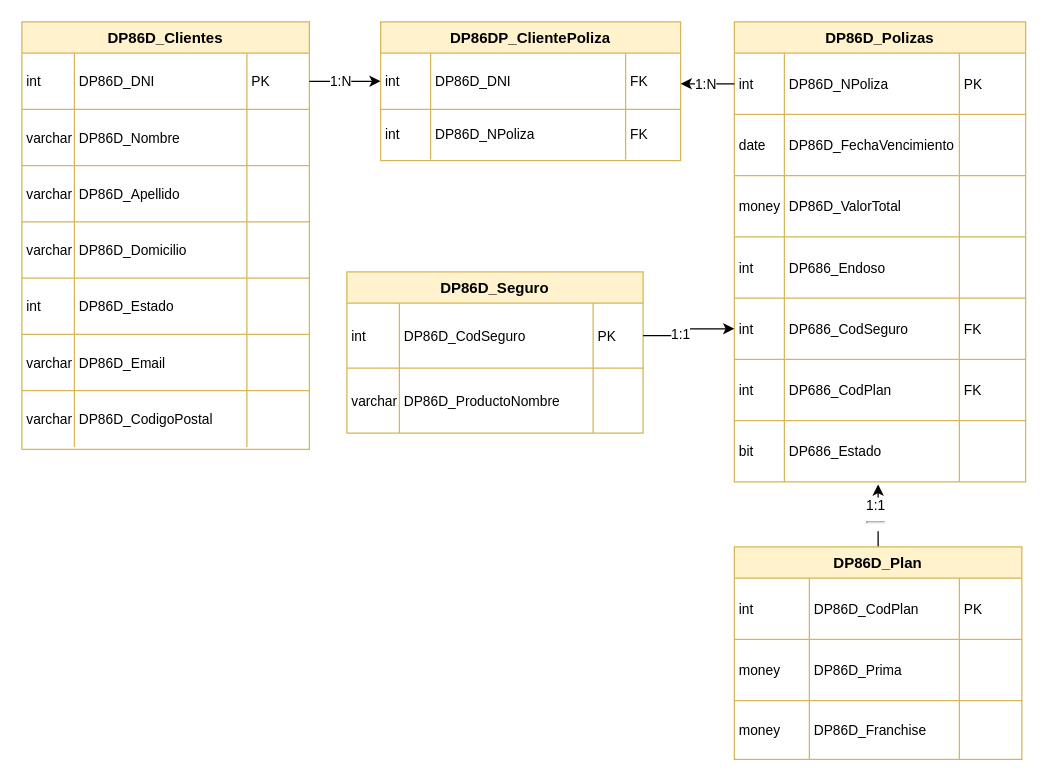
The draw.io diagram page "Generar Contratacio" (2 of 15) of Ing. SW/Ing. SW/DER/DER.drawio in Danunu04/Proyects, before the edit. Source tidied: cells renumbered, new cells numbered last; positions are measured from the earlier drawing's top-left corner, leaving out a move shared by most shapes. Both pictures are drawn from the tidied source at 125%, with x=0, y=0 at pixel (21, 21).
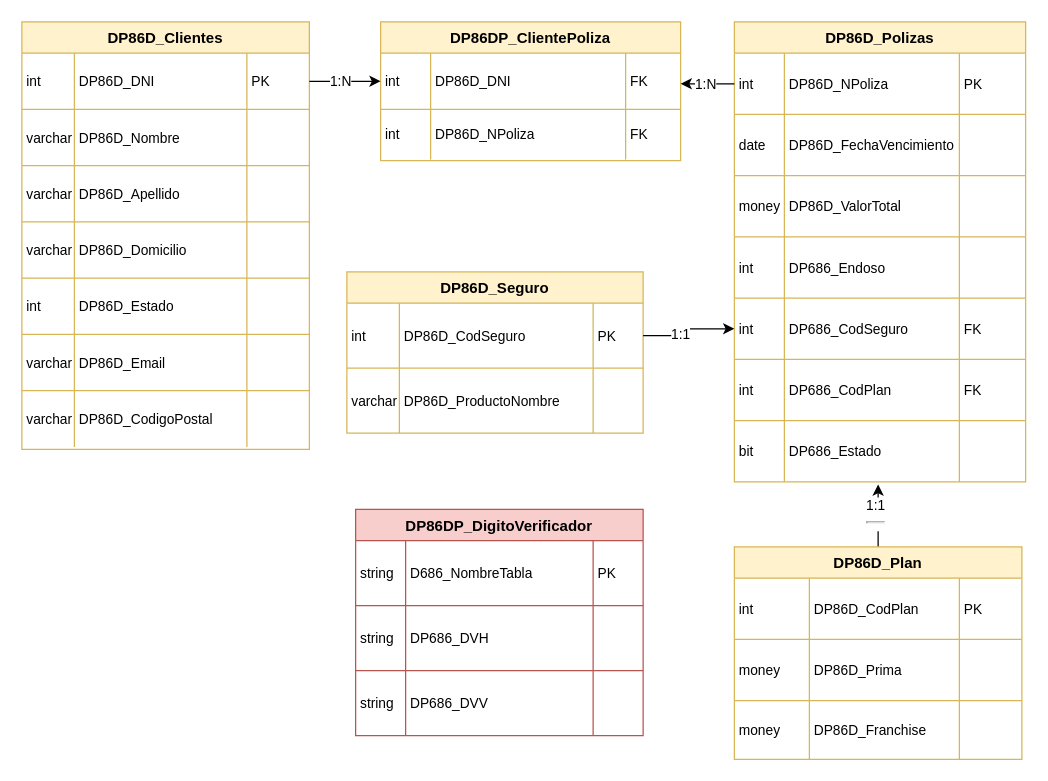
After the change.

What changed in the source:
```diff
@@
+    <mxCell id="99" value="DP86DP_DigitoVerificador" style="shape=table;startSize=25;childLayout=tableLayout;rowLines=1;fontStyle=1;align=center;fillColor=#f8cecc;strokeColor=#b85450;" parent="1" vertex="1">
+      <mxGeometry x="267" y="390" width="230" height="181" as="geometry" />
+    </mxCell>
+    <mxCell id="100" style="shape=tableRow;horizontal=0;startSize=0;swimlaneHead=0;swimlaneBody=0;fillColor=none;top=0;left=0;right=0;bottom=0;" parent="99" vertex="1">
+      <mxGeometry y="25" width="230" height="52" as="geometry" />
+    </mxCell>
+    <mxCell id="101" value="string" style="shape=partialRectangle;fillColor=none;top=0;left=0;bottom=0;right=0;align=left;spacingLeft=2;overflow=hidden;fontSize=11;" parent="100" vertex="1">
+      <mxGeometry width="40" height="52" as="geometry" />
+    </mxCell>
+    <mxCell id="102" value="D686_NombreTabla" style="shape=partialRectangle;fillColor=none;top=0;left=0;bottom=0;right=0;align=left;spacingLeft=2;overflow=hidden;fontSize=11;" parent="100" vertex="1">
+      <mxGeometry x="40" width="150" height="52" as="geometry" />
+    </mxCell>
+    <mxCell id="103" value="PK" style="shape=partialRectangle;fillColor=none;top=0;left=0;bottom=0;right=0;align=left;spacingLeft=2;overflow=hidden;fontSize=11;" parent="100" vertex="1">
+      <mxGeometry x="190" width="40" height="52" as="geometry" />
+    </mxCell>
+    <mxCell id="104" style="shape=tableRow;horizontal=0;startSize=0;swimlaneHead=0;swimlaneBody=0;fillColor=none;top=0;left=0;right=0;bottom=0;" parent="99" vertex="1">
+      <mxGeometry y="77" width="230" height="52" as="geometry" />
+    </mxCell>
+    <mxCell id="105" value="string" style="shape=partialRectangle;fillColor=none;top=0;left=0;bottom=0;right=0;align=left;spacingLeft=2;overflow=hidden;fontSize=11;" parent="104" vertex="1">
+      <mxGeometry width="40" height="52" as="geometry" />
+    </mxCell>
+    <mxCell id="106" value="DP686_DVH" style="shape=partialRectangle;fillColor=none;top=0;left=0;bottom=0;right=0;align=left;spacingLeft=2;overflow=hidden;fontSize=11;" parent="104" vertex="1">
+      <mxGeometry x="40" width="150" height="52" as="geometry" />
+    </mxCell>
+    <mxCell id="107" style="shape=partialRectangle;fillColor=none;top=0;left=0;bottom=0;right=0;align=left;spacingLeft=2;overflow=hidden;fontSize=11;" parent="104" vertex="1">
+      <mxGeometry x="190" width="40" height="52" as="geometry" />
+    </mxCell>
+    <mxCell id="108" style="shape=tableRow;horizontal=0;startSize=0;swimlaneHead=0;swimlaneBody=0;fillColor=none;top=0;left=0;right=0;bottom=0;" parent="99" vertex="1">
+      <mxGeometry y="129" width="230" height="52" as="geometry" />
+    </mxCell>
+    <mxCell id="109" value="string" style="shape=partialRectangle;fillColor=none;top=0;left=0;bottom=0;right=0;align=left;spacingLeft=2;overflow=hidden;fontSize=11;" parent="108" vertex="1">
+      <mxGeometry width="40" height="52" as="geometry" />
+    </mxCell>
+    <mxCell id="110" value="DP686_DVV" style="shape=partialRectangle;fillColor=none;top=0;left=0;bottom=0;right=0;align=left;spacingLeft=2;overflow=hidden;fontSize=11;" parent="108" vertex="1">
+      <mxGeometry x="40" width="150" height="52" as="geometry" />
+    </mxCell>
+    <mxCell id="111" style="shape=partialRectangle;fillColor=none;top=0;left=0;bottom=0;right=0;align=left;spacingLeft=2;overflow=hidden;fontSize=11;" parent="108" vertex="1">
+      <mxGeometry x="190" width="40" height="52" as="geometry" />
+    </mxCell>
```
